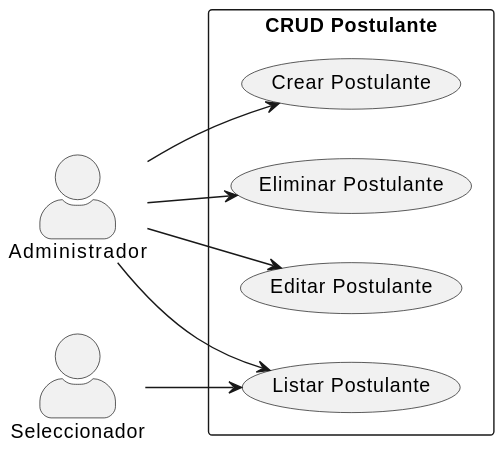
This is documentos/imagenes/casos_de_uso/diagrams_casos_de_uso/crud_postulante.svg from Dievex/24-25-IdSw1-SDR, a PlantUML export, as it was before one commit.
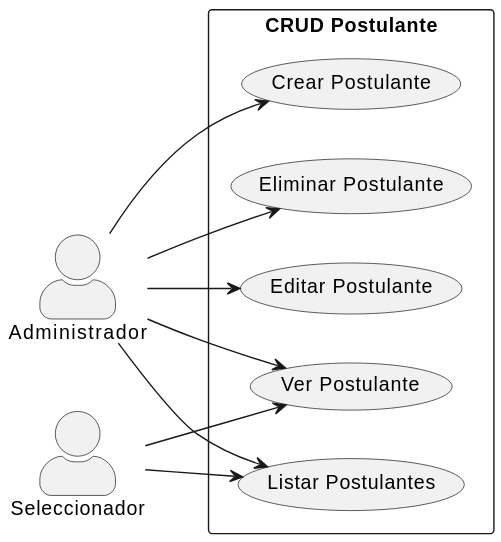
The same file after the commit.

The edit, as a diff of the source:
```diff
@@ -6,15 +6,19 @@
 
 rectangle "CRUD Postulante" {
   usecase "Crear Postulante" as CrearPostulante
-  usecase "Listar Postulante" as ListarPostulante
+  usecase "Listar Postulantes" as ListarPostulante
   usecase "Editar Postulante" as EditarPostulante
   usecase "Eliminar Postulante" as EliminarPostulante
+  usecase "Ver Postulante" as VerPostulante
 }
 
 Admin --> CrearPostulante
 Admin --> ListarPostulante
 Admin --> EditarPostulante
 Admin --> EliminarPostulante
+Admin --> VerPostulante
+
 
 Seleccionador --> ListarPostulante
+Seleccionador --> VerPostulante
 @enduml
```
